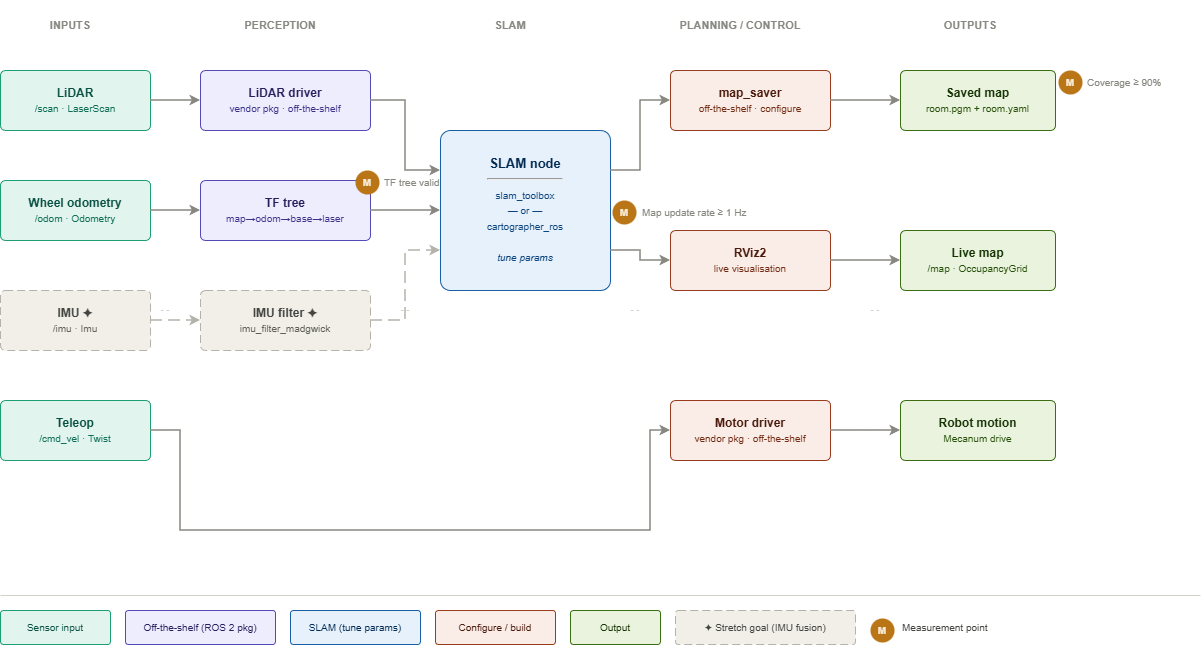
This is docs/images/pipeline.png from mahersabbagh80/2D-LiDAR-Mapping-with-SLAM, a draw.io export, as it was before one commit. Source tidied: cells renumbered, new cells last; positions are measured from the earlier drawing's top-left corner, leaving out a move shared by most shapes. Source of this version:
```xml
<mxGraphModel>
  <root>
    <mxCell id="0" />
    <mxCell id="1" parent="0" />
    <mxCell id="2" value="INPUTS" style="text;html=1;strokeColor=none;fillColor=none;align=center;verticalAlign=middle;whiteSpace=wrap;rounded=0;fontStyle=1;fontSize=11;fontColor=#888780;" parent="1" vertex="1">
      <mxGeometry y="10" width="140" height="30" as="geometry" />
    </mxCell>
    <mxCell id="3" value="PERCEPTION" style="text;html=1;strokeColor=none;fillColor=none;align=center;verticalAlign=middle;whiteSpace=wrap;rounded=0;fontStyle=1;fontSize=11;fontColor=#888780;" parent="1" vertex="1">
      <mxGeometry x="200" y="10" width="160" height="30" as="geometry" />
    </mxCell>
    <mxCell id="4" value="SLAM" style="text;html=1;strokeColor=none;fillColor=none;align=center;verticalAlign=middle;whiteSpace=wrap;rounded=0;fontStyle=1;fontSize=11;fontColor=#888780;" parent="1" vertex="1">
      <mxGeometry x="430" y="10" width="160" height="30" as="geometry" />
    </mxCell>
    <mxCell id="5" value="PLANNING / CONTROL" style="text;html=1;strokeColor=none;fillColor=none;align=center;verticalAlign=middle;whiteSpace=wrap;rounded=0;fontStyle=1;fontSize=11;fontColor=#888780;" parent="1" vertex="1">
      <mxGeometry x="660" y="10" width="160" height="30" as="geometry" />
    </mxCell>
    <mxCell id="6" value="OUTPUTS" style="text;html=1;strokeColor=none;fillColor=none;align=center;verticalAlign=middle;whiteSpace=wrap;rounded=0;fontStyle=1;fontSize=11;fontColor=#888780;" parent="1" vertex="1">
      <mxGeometry x="900" y="10" width="140" height="30" as="geometry" />
    </mxCell>
    <mxCell id="7" style="line;strokeColor=#D3D1C7;fillColor=none;strokeWidth=1;dashed=1;" parent="1" vertex="1">
      <mxGeometry x="160" width="10" height="620" as="geometry" />
    </mxCell>
    <mxCell id="8" style="line;strokeColor=#D3D1C7;fillColor=none;strokeWidth=1;dashed=1;" parent="1" vertex="1">
      <mxGeometry x="400" width="10" height="620" as="geometry" />
    </mxCell>
    <mxCell id="9" style="line;strokeColor=#D3D1C7;fillColor=none;strokeWidth=1;dashed=1;" parent="1" vertex="1">
      <mxGeometry x="630" width="10" height="620" as="geometry" />
    </mxCell>
    <mxCell id="10" style="line;strokeColor=#D3D1C7;fillColor=none;strokeWidth=1;dashed=1;" parent="1" vertex="1">
      <mxGeometry x="870" width="10" height="620" as="geometry" />
    </mxCell>
    <mxCell id="11" value="&lt;b&gt;LiDAR&lt;/b&gt;&lt;br&gt;&lt;font style=&quot;font-size:10px;&quot; color=&quot;#0F6E56&quot;&gt;/scan · LaserScan&lt;/font&gt;" style="rounded=1;whiteSpace=wrap;html=1;fillColor=#E1F5EE;strokeColor=#1D9E75;fontColor=#085041;arcSize=8;" parent="1" vertex="1">
      <mxGeometry y="70" width="150" height="60" as="geometry" />
    </mxCell>
    <mxCell id="12" value="&lt;b&gt;Wheel odometry&lt;/b&gt;&lt;br&gt;&lt;font style=&quot;font-size:10px;&quot; color=&quot;#0F6E56&quot;&gt;/odom · Odometry&lt;/font&gt;" style="rounded=1;whiteSpace=wrap;html=1;fillColor=#E1F5EE;strokeColor=#1D9E75;fontColor=#085041;arcSize=8;" parent="1" vertex="1">
      <mxGeometry y="180" width="150" height="60" as="geometry" />
    </mxCell>
    <mxCell id="13" value="&lt;b&gt;IMU  ✦&lt;/b&gt;&lt;br&gt;&lt;font style=&quot;font-size:10px;&quot; color=&quot;#5F5E5A&quot;&gt;/imu · Imu&lt;/font&gt;" style="rounded=1;whiteSpace=wrap;html=1;fillColor=#F1EFE8;strokeColor=#B4B2A9;fontColor=#444441;arcSize=8;dashed=1;dashPattern=8 4;" parent="1" vertex="1">
      <mxGeometry y="290" width="150" height="60" as="geometry" />
    </mxCell>
    <mxCell id="14" value="&lt;b&gt;Teleop&lt;/b&gt;&lt;br&gt;&lt;font style=&quot;font-size:10px;&quot; color=&quot;#0F6E56&quot;&gt;/cmd_vel · Twist&lt;/font&gt;" style="rounded=1;whiteSpace=wrap;html=1;fillColor=#E1F5EE;strokeColor=#1D9E75;fontColor=#085041;arcSize=8;" parent="1" vertex="1">
      <mxGeometry y="400" width="150" height="60" as="geometry" />
    </mxCell>
    <mxCell id="15" value="&lt;b&gt;LiDAR driver&lt;/b&gt;&lt;br&gt;&lt;font style=&quot;font-size:10px;&quot; color=&quot;#3C3489&quot;&gt;vendor pkg · off-the-shelf&lt;/font&gt;" style="rounded=1;whiteSpace=wrap;html=1;fillColor=#EEEDFE;strokeColor=#534AB7;fontColor=#26215C;arcSize=8;" parent="1" vertex="1">
      <mxGeometry x="200" y="70" width="170" height="60" as="geometry" />
    </mxCell>
    <mxCell id="16" value="&lt;b&gt;TF tree&lt;/b&gt;&lt;br&gt;&lt;font style=&quot;font-size:10px;&quot; color=&quot;#3C3489&quot;&gt;map→odom→base→laser&lt;/font&gt;" style="rounded=1;whiteSpace=wrap;html=1;fillColor=#EEEDFE;strokeColor=#534AB7;fontColor=#26215C;arcSize=8;" parent="1" vertex="1">
      <mxGeometry x="200" y="180" width="170" height="60" as="geometry" />
    </mxCell>
    <mxCell id="17" value="&lt;b&gt;IMU filter  ✦&lt;/b&gt;&lt;br&gt;&lt;font style=&quot;font-size:10px;&quot; color=&quot;#5F5E5A&quot;&gt;imu_filter_madgwick&lt;/font&gt;" style="rounded=1;whiteSpace=wrap;html=1;fillColor=#F1EFE8;strokeColor=#B4B2A9;fontColor=#444441;arcSize=8;dashed=1;dashPattern=8 4;" parent="1" vertex="1">
      <mxGeometry x="200" y="290" width="170" height="60" as="geometry" />
    </mxCell>
    <mxCell id="18" value="&lt;b&gt;SLAM node&lt;/b&gt;&lt;br&gt;&lt;hr/&gt;&lt;font style=&quot;font-size:10px;&quot; color=&quot;#0C447C&quot;&gt;slam_toolbox&lt;br&gt;— or —&lt;br&gt;cartographer_ros&lt;br&gt;&lt;br&gt;&lt;i&gt;tune params&lt;/i&gt;&lt;/font&gt;" style="rounded=1;whiteSpace=wrap;html=1;fillColor=#E6F1FB;strokeColor=#185FA5;fontColor=#042C53;arcSize=6;fontSize=13;" parent="1" vertex="1">
      <mxGeometry x="440" y="130" width="170" height="160" as="geometry" />
    </mxCell>
    <mxCell id="19" value="&lt;b&gt;map_saver&lt;/b&gt;&lt;br&gt;&lt;font style=&quot;font-size:10px;&quot; color=&quot;#712B13&quot;&gt;off-the-shelf · configure&lt;/font&gt;" style="rounded=1;whiteSpace=wrap;html=1;fillColor=#FAECE7;strokeColor=#993C1D;fontColor=#4A1B0C;arcSize=8;" parent="1" vertex="1">
      <mxGeometry x="670" y="70" width="160" height="60" as="geometry" />
    </mxCell>
    <mxCell id="20" value="&lt;b&gt;RViz2&lt;/b&gt;&lt;br&gt;&lt;font style=&quot;font-size:10px;&quot; color=&quot;#712B13&quot;&gt;live visualisation&lt;/font&gt;" style="rounded=1;whiteSpace=wrap;html=1;fillColor=#FAECE7;strokeColor=#993C1D;fontColor=#4A1B0C;arcSize=8;" parent="1" vertex="1">
      <mxGeometry x="670" y="230" width="160" height="60" as="geometry" />
    </mxCell>
    <mxCell id="21" value="&lt;b&gt;Motor driver&lt;/b&gt;&lt;br&gt;&lt;font style=&quot;font-size:10px;&quot; color=&quot;#712B13&quot;&gt;vendor pkg · off-the-shelf&lt;/font&gt;" style="rounded=1;whiteSpace=wrap;html=1;fillColor=#FAECE7;strokeColor=#993C1D;fontColor=#4A1B0C;arcSize=8;" parent="1" vertex="1">
      <mxGeometry x="670" y="400" width="160" height="60" as="geometry" />
    </mxCell>
    <mxCell id="22" value="&lt;b&gt;Saved map&lt;/b&gt;&lt;br&gt;&lt;font style=&quot;font-size:10px;&quot; color=&quot;#27500A&quot;&gt;room.pgm + room.yaml&lt;/font&gt;" style="rounded=1;whiteSpace=wrap;html=1;fillColor=#EAF3DE;strokeColor=#3B6D11;fontColor=#173404;arcSize=8;" parent="1" vertex="1">
      <mxGeometry x="900" y="70" width="155" height="60" as="geometry" />
    </mxCell>
    <mxCell id="23" value="&lt;b&gt;Live map&lt;/b&gt;&lt;br&gt;&lt;font style=&quot;font-size:10px;&quot; color=&quot;#27500A&quot;&gt;/map · OccupancyGrid&lt;/font&gt;" style="rounded=1;whiteSpace=wrap;html=1;fillColor=#EAF3DE;strokeColor=#3B6D11;fontColor=#173404;arcSize=8;" parent="1" vertex="1">
      <mxGeometry x="900" y="230" width="155" height="60" as="geometry" />
    </mxCell>
    <mxCell id="24" value="&lt;b&gt;Robot motion&lt;/b&gt;&lt;br&gt;&lt;font style=&quot;font-size:10px;&quot; color=&quot;#27500A&quot;&gt;Mecanum drive&lt;/font&gt;" style="rounded=1;whiteSpace=wrap;html=1;fillColor=#EAF3DE;strokeColor=#3B6D11;fontColor=#173404;arcSize=8;" parent="1" vertex="1">
      <mxGeometry x="900" y="400" width="155" height="60" as="geometry" />
    </mxCell>
    <mxCell id="25" style="edgeStyle=orthogonalEdgeStyle;rounded=0;jettySize=auto;exitX=1;exitY=0.5;exitDx=0;exitDy=0;entryX=0;entryY=0.5;entryDx=0;entryDy=0;strokeColor=#888780;strokeWidth=1.5;" parent="1" edge="1" source="11" target="15" />
    <mxCell id="26" />
    <mxCell id="27" style="edgeStyle=orthogonalEdgeStyle;rounded=0;jettySize=auto;exitX=1;exitY=0.5;exitDx=0;exitDy=0;entryX=0;entryY=0.5;entryDx=0;entryDy=0;strokeColor=#888780;strokeWidth=1.5;" parent="1" edge="1" source="12" target="16" />
    <mxCell id="28" />
    <mxCell id="29" style="edgeStyle=orthogonalEdgeStyle;rounded=0;jettySize=auto;exitX=1;exitY=0.5;exitDx=0;exitDy=0;entryX=0;entryY=0.5;entryDx=0;entryDy=0;strokeColor=#B4B2A9;strokeWidth=1.5;dashed=1;dashPattern=8 4;" parent="1" edge="1" source="13" target="17" />
    <mxCell id="30" />
    <mxCell id="31" style="edgeStyle=orthogonalEdgeStyle;rounded=0;jettySize=auto;exitX=1;exitY=0.5;exitDx=0;exitDy=0;entryX=0;entryY=0.25;entryDx=0;entryDy=0;strokeColor=#888780;strokeWidth=1.5;" parent="1" edge="1" source="15" target="18" />
    <mxCell id="32" />
    <mxCell id="33" style="edgeStyle=orthogonalEdgeStyle;rounded=0;jettySize=auto;exitX=1;exitY=0.5;exitDx=0;exitDy=0;entryX=0;entryY=0.5;entryDx=0;entryDy=0;strokeColor=#888780;strokeWidth=1.5;" parent="1" edge="1" source="16" target="18" />
    <mxCell id="34" />
    <mxCell id="35" style="edgeStyle=orthogonalEdgeStyle;rounded=0;jettySize=auto;exitX=1;exitY=0.5;exitDx=0;exitDy=0;entryX=0;entryY=0.75;entryDx=0;entryDy=0;strokeColor=#B4B2A9;strokeWidth=1.5;dashed=1;dashPattern=8 4;" parent="1" edge="1" source="17" target="18" />
    <mxCell id="36" />
    <mxCell id="37" style="edgeStyle=orthogonalEdgeStyle;rounded=0;jettySize=auto;exitX=1;exitY=0.25;exitDx=0;exitDy=0;entryX=0;entryY=0.5;entryDx=0;entryDy=0;strokeColor=#888780;strokeWidth=1.5;" parent="1" edge="1" source="18" target="19" />
    <mxCell id="38" />
    <mxCell id="39" style="edgeStyle=orthogonalEdgeStyle;rounded=0;jettySize=auto;exitX=1;exitY=0.75;exitDx=0;exitDy=0;entryX=0;entryY=0.5;entryDx=0;entryDy=0;strokeColor=#888780;strokeWidth=1.5;" parent="1" edge="1" source="18" target="20" />
    <mxCell id="40" />
    <mxCell id="41" style="edgeStyle=orthogonalEdgeStyle;rounded=0;jettySize=auto;exitX=1;exitY=0.5;exitDx=0;exitDy=0;entryX=0;entryY=0.5;entryDx=0;entryDy=0;strokeColor=#888780;strokeWidth=1.5;" parent="1" edge="1" source="19" target="22" />
    <mxCell id="42" />
    <mxCell id="43" style="edgeStyle=orthogonalEdgeStyle;rounded=0;jettySize=auto;exitX=1;exitY=0.5;exitDx=0;exitDy=0;entryX=0;entryY=0.5;entryDx=0;entryDy=0;strokeColor=#888780;strokeWidth=1.5;" parent="1" edge="1" source="20" target="23" />
    <mxCell id="44" />
    <mxCell id="45" style="edgeStyle=orthogonalEdgeStyle;rounded=0;jettySize=auto;exitX=1;exitY=0.5;exitDx=0;exitDy=0;entryX=0;entryY=0.5;entryDx=0;entryDy=0;strokeColor=#888780;strokeWidth=1.5;" parent="1" edge="1" source="14" target="21" />
    <mxCell id="46" />
    <mxCell id="47" style="edgeStyle=orthogonalEdgeStyle;rounded=0;jettySize=auto;exitX=1;exitY=0.5;exitDx=0;exitDy=0;entryX=0;entryY=0.5;entryDx=0;entryDy=0;strokeColor=#888780;strokeWidth=1.5;" parent="1" edge="1" source="21" target="24" />
    <mxCell id="48" />
    <mxCell id="49" value="M" style="ellipse;whiteSpace=wrap;html=1;fillColor=#BA7517;strokeColor=none;fontColor=#FAEEDA;fontStyle=1;fontSize=10;" parent="1" vertex="1">
      <mxGeometry x="355" y="170" width="24" height="24" as="geometry" />
    </mxCell>
    <mxCell id="50" value="TF tree valid" style="text;html=1;strokeColor=none;fillColor=none;align=left;verticalAlign=middle;whiteSpace=wrap;rounded=0;fontSize=10;fontColor=#888780;" parent="1" vertex="1">
      <mxGeometry x="382" y="170" width="80" height="24" as="geometry" />
    </mxCell>
    <mxCell id="51" value="M" style="ellipse;whiteSpace=wrap;html=1;fillColor=#BA7517;strokeColor=none;fontColor=#FAEEDA;fontStyle=1;fontSize=10;" parent="1" vertex="1">
      <mxGeometry x="612" y="200" width="24" height="24" as="geometry" />
    </mxCell>
    <mxCell id="52" value="Map update rate ≥ 1 Hz" style="text;html=1;strokeColor=none;fillColor=none;align=left;verticalAlign=middle;whiteSpace=wrap;rounded=0;fontSize=10;fontColor=#888780;" parent="1" vertex="1">
      <mxGeometry x="640" y="200" width="130" height="24" as="geometry" />
    </mxCell>
    <mxCell id="53" value="M" style="ellipse;whiteSpace=wrap;html=1;fillColor=#BA7517;strokeColor=none;fontColor=#FAEEDA;fontStyle=1;fontSize=10;" parent="1" vertex="1">
      <mxGeometry x="1058" y="70" width="24" height="24" as="geometry" />
    </mxCell>
    <mxCell id="54" value="Coverage ≥ 90%" style="text;html=1;strokeColor=none;fillColor=none;align=left;verticalAlign=middle;whiteSpace=wrap;rounded=0;fontSize=10;fontColor=#888780;" parent="1" vertex="1">
      <mxGeometry x="1085" y="70" width="110" height="24" as="geometry" />
    </mxCell>
    <mxCell id="55" style="line;strokeColor=#D3D1C7;fillColor=none;strokeWidth=1;" parent="1" vertex="1">
      <mxGeometry y="590" width="1200" height="10" as="geometry" />
    </mxCell>
    <mxCell id="56" value="Sensor input" style="rounded=1;whiteSpace=wrap;html=1;fillColor=#E1F5EE;strokeColor=#1D9E75;fontColor=#085041;arcSize=8;fontSize=10;" parent="1" vertex="1">
      <mxGeometry y="610" width="110" height="34" as="geometry" />
    </mxCell>
    <mxCell id="57" value="Off-the-shelf (ROS 2 pkg)" style="rounded=1;whiteSpace=wrap;html=1;fillColor=#EEEDFE;strokeColor=#534AB7;fontColor=#26215C;arcSize=8;fontSize=10;" parent="1" vertex="1">
      <mxGeometry x="125" y="610" width="150" height="34" as="geometry" />
    </mxCell>
    <mxCell id="58" value="SLAM (tune params)" style="rounded=1;whiteSpace=wrap;html=1;fillColor=#E6F1FB;strokeColor=#185FA5;fontColor=#042C53;arcSize=8;fontSize=10;" parent="1" vertex="1">
      <mxGeometry x="290" y="610" width="130" height="34" as="geometry" />
    </mxCell>
    <mxCell id="59" value="Configure / build" style="rounded=1;whiteSpace=wrap;html=1;fillColor=#FAECE7;strokeColor=#993C1D;fontColor=#4A1B0C;arcSize=8;fontSize=10;" parent="1" vertex="1">
      <mxGeometry x="435" y="610" width="120" height="34" as="geometry" />
    </mxCell>
    <mxCell id="60" value="Output" style="rounded=1;whiteSpace=wrap;html=1;fillColor=#EAF3DE;strokeColor=#3B6D11;fontColor=#173404;arcSize=8;fontSize=10;" parent="1" vertex="1">
      <mxGeometry x="570" y="610" width="90" height="34" as="geometry" />
    </mxCell>
    <mxCell id="61" value="✦ Stretch goal (IMU fusion)" style="rounded=1;whiteSpace=wrap;html=1;fillColor=#F1EFE8;strokeColor=#B4B2A9;fontColor=#444441;arcSize=8;fontSize=10;dashed=1;dashPattern=8 4;" parent="1" vertex="1">
      <mxGeometry x="675" y="610" width="180" height="34" as="geometry" />
    </mxCell>
    <mxCell id="62" value="M" style="ellipse;whiteSpace=wrap;html=1;fillColor=#BA7517;strokeColor=none;fontColor=#FAEEDA;fontStyle=1;fontSize=10;" parent="1" vertex="1">
      <mxGeometry x="870" y="618" width="24" height="24" as="geometry" />
    </mxCell>
    <mxCell id="63" value="Measurement point" style="text;html=1;strokeColor=none;fillColor=none;align=left;verticalAlign=middle;whiteSpace=wrap;rounded=0;fontSize=10;fontColor=#444441;" parent="1" vertex="1">
      <mxGeometry x="900" y="610" width="130" height="34" as="geometry" />
    </mxCell>
  </root>
</mxGraphModel>
```
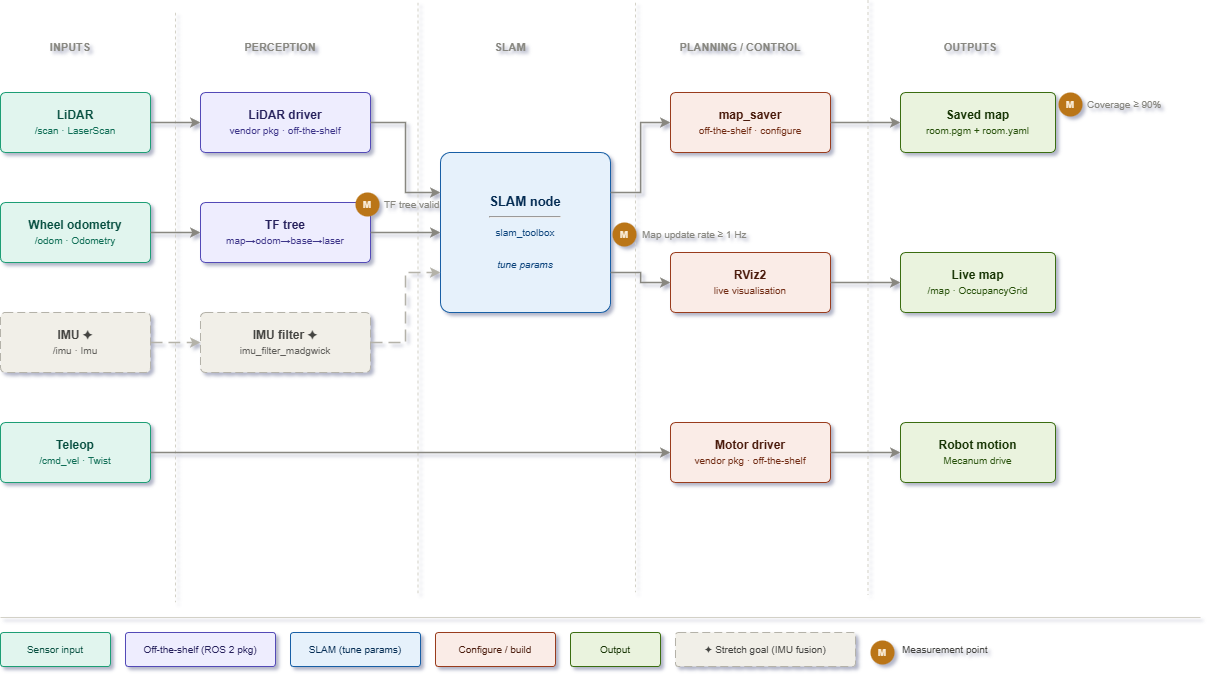
After the commit.

Change to the diagram source:
```diff
@@ -1,4 +1,4 @@
-<mxGraphModel>
+<mxGraphModel background="#FFFFFF" shadow="1">
   <root>
     <mxCell id="0" />
     <mxCell id="1" parent="0" />
@@ -17,17 +17,17 @@
     <mxCell id="6" value="OUTPUTS" style="text;html=1;strokeColor=none;fillColor=none;align=center;verticalAlign=middle;whiteSpace=wrap;rounded=0;fontStyle=1;fontSize=11;fontColor=#888780;" parent="1" vertex="1">
       <mxGeometry x="900" y="10" width="140" height="30" as="geometry" />
     </mxCell>
-    <mxCell id="7" style="line;strokeColor=#D3D1C7;fillColor=none;strokeWidth=1;dashed=1;" parent="1" vertex="1">
-      <mxGeometry x="160" width="10" height="620" as="geometry" />
+    <mxCell id="7" style="line;strokeColor=#D3D1C7;fillColor=none;strokeWidth=1;dashed=1;rotation=90;" parent="1" vertex="1">
+      <mxGeometry x="-120" y="280" width="590" height="10" as="geometry" />
     </mxCell>
-    <mxCell id="8" style="line;strokeColor=#D3D1C7;fillColor=none;strokeWidth=1;dashed=1;" parent="1" vertex="1">
-      <mxGeometry x="400" width="10" height="620" as="geometry" />
+    <mxCell id="8" style="line;strokeColor=#D3D1C7;fillColor=none;strokeWidth=1;dashed=1;rotation=90;" parent="1" vertex="1">
+      <mxGeometry x="121.2" y="270" width="592.5" height="12.5" as="geometry" />
     </mxCell>
-    <mxCell id="9" style="line;strokeColor=#D3D1C7;fillColor=none;strokeWidth=1;dashed=1;" parent="1" vertex="1">
-      <mxGeometry x="630" width="10" height="620" as="geometry" />
+    <mxCell id="9" style="line;strokeColor=#D3D1C7;fillColor=none;strokeWidth=1;dashed=1;rotation=90;" parent="1" vertex="1">
+      <mxGeometry x="340" y="270" width="590" height="10" as="geometry" />
     </mxCell>
-    <mxCell id="10" style="line;strokeColor=#D3D1C7;fillColor=none;strokeWidth=1;dashed=1;" parent="1" vertex="1">
-      <mxGeometry x="870" width="10" height="620" as="geometry" />
+    <mxCell id="10" style="line;strokeColor=#D3D1C7;fillColor=none;strokeWidth=1;dashed=1;rotation=90;" parent="1" vertex="1">
+      <mxGeometry x="570" y="266.2" width="595" height="17.5" as="geometry" />
     </mxCell>
     <mxCell id="11" value="&lt;b&gt;LiDAR&lt;/b&gt;&lt;br&gt;&lt;font style=&quot;font-size:10px;&quot; color=&quot;#0F6E56&quot;&gt;/scan · LaserScan&lt;/font&gt;" style="rounded=1;whiteSpace=wrap;html=1;fillColor=#E1F5EE;strokeColor=#1D9E75;fontColor=#085041;arcSize=8;" parent="1" vertex="1">
       <mxGeometry y="70" width="150" height="60" as="geometry" />
@@ -50,7 +50,7 @@
     <mxCell id="17" value="&lt;b&gt;IMU filter  ✦&lt;/b&gt;&lt;br&gt;&lt;font style=&quot;font-size:10px;&quot; color=&quot;#5F5E5A&quot;&gt;imu_filter_madgwick&lt;/font&gt;" style="rounded=1;whiteSpace=wrap;html=1;fillColor=#F1EFE8;strokeColor=#B4B2A9;fontColor=#444441;arcSize=8;dashed=1;dashPattern=8 4;" parent="1" vertex="1">
       <mxGeometry x="200" y="290" width="170" height="60" as="geometry" />
     </mxCell>
-    <mxCell id="18" value="&lt;b&gt;SLAM node&lt;/b&gt;&lt;br&gt;&lt;hr/&gt;&lt;font style=&quot;font-size:10px;&quot; color=&quot;#0C447C&quot;&gt;slam_toolbox&lt;br&gt;— or —&lt;br&gt;cartographer_ros&lt;br&gt;&lt;br&gt;&lt;i&gt;tune params&lt;/i&gt;&lt;/font&gt;" style="rounded=1;whiteSpace=wrap;html=1;fillColor=#E6F1FB;strokeColor=#185FA5;fontColor=#042C53;arcSize=6;fontSize=13;" parent="1" vertex="1">
+    <mxCell id="18" value="&lt;b&gt;SLAM node&lt;/b&gt;&lt;br&gt;&lt;hr&gt;&lt;font style=&quot;font-size: 10px;&quot; color=&quot;#0C447C&quot;&gt;slam_toolbox&lt;br&gt;&lt;br&gt;&lt;i&gt;tune params&lt;/i&gt;&lt;/font&gt;" style="rounded=1;whiteSpace=wrap;html=1;fillColor=#E6F1FB;strokeColor=#185FA5;fontColor=#042C53;arcSize=6;fontSize=13;" parent="1" vertex="1">
       <mxGeometry x="440" y="130" width="170" height="160" as="geometry" />
     </mxCell>
     <mxCell id="19" value="&lt;b&gt;map_saver&lt;/b&gt;&lt;br&gt;&lt;font style=&quot;font-size:10px;&quot; color=&quot;#712B13&quot;&gt;off-the-shelf · configure&lt;/font&gt;" style="rounded=1;whiteSpace=wrap;html=1;fillColor=#FAECE7;strokeColor=#993C1D;fontColor=#4A1B0C;arcSize=8;" parent="1" vertex="1">
```
